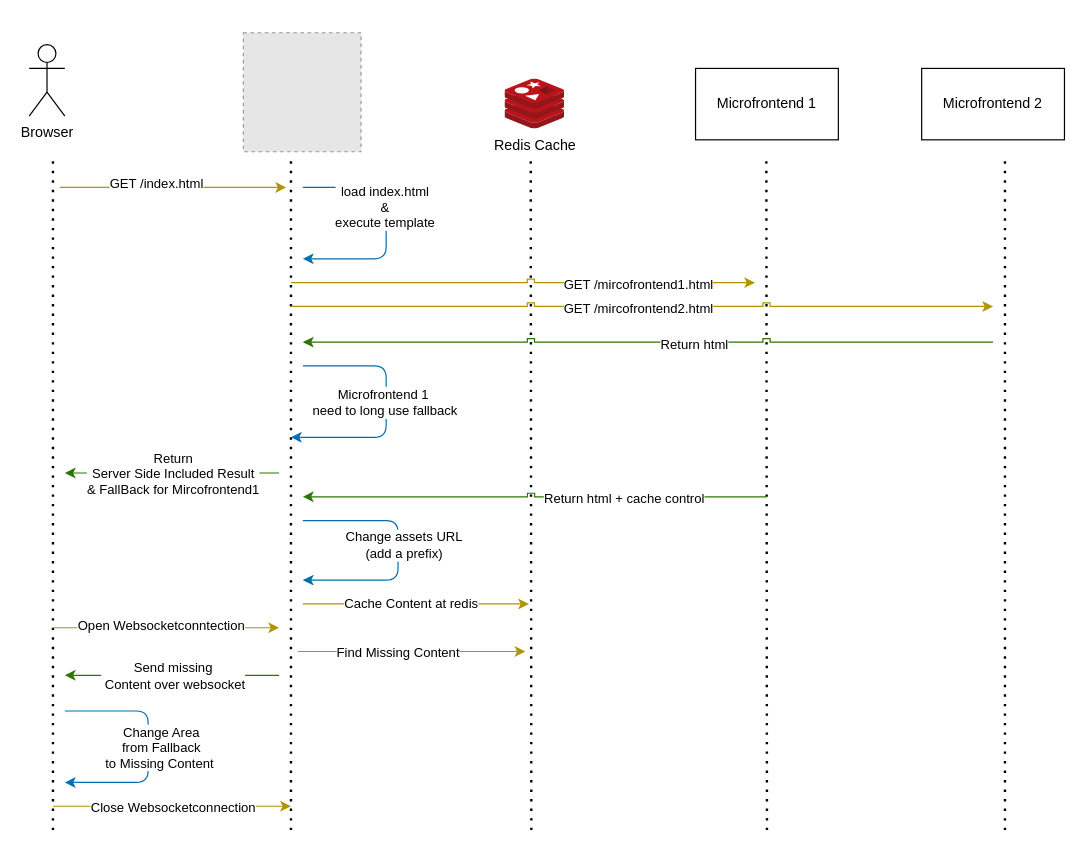
Earlier version of the draw.io diagram page "unhappy_path_1" (5 of 6) of doc/micropuzzle.drawio (fasibio/micropuzzle). Source tidied: cells renumbered, new cells numbered last; positions are measured from the earlier drawing's top-left corner, leaving out a move shared by most shapes. Both pictures are drawn from the tidied source at 119%, with x=0, y=0 at pixel (29, 32). Pictures stored in the file or linked from it are replaced by grey dashed boxes.
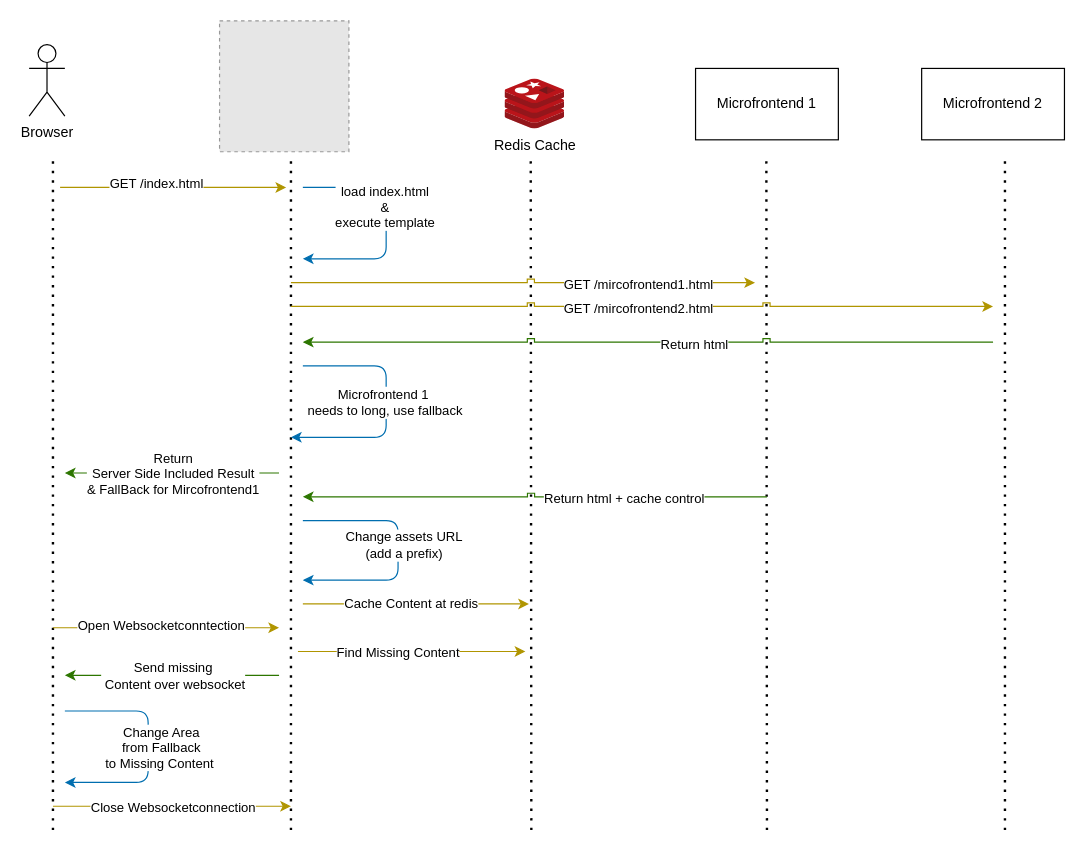
The same page after the edit.

The change refers to these unchanged cells:
```xml
<mxCell id="30" style="endArrow=classic;html=1;fillColor=#1ba1e2;strokeColor=#006EAF;" parent="1" edge="1">
  <mxGeometry relative="1" as="geometry">
    <mxPoint x="230" y="280" as="sourcePoint" />
    <mxPoint x="220" y="340" as="targetPoint" />
    <Array as="points">
      <mxPoint x="300" y="280" />
      <mxPoint x="300" y="340" />
    </Array>
  </mxGeometry>
</mxCell>
```

Change to the diagram source:
```diff
@@
-    <mxCell id="4" style="fillColor=#E6E6E6;strokeColor=#999999;dashed=1;verticalLabelPosition=bottom;verticalAlign=top;" parent="1" vertex="1">
-      <mxGeometry x="180" width="98.9" height="100" as="geometry" />
-    </mxCell>
@@
-    <mxCell id="31" value="Microfrontend 1&amp;nbsp;&lt;br&gt;need to long use fallback" style="edgeLabel;html=1;align=center;verticalAlign=middle;" parent="30" vertex="1">
+    <mxCell id="31" value="Microfrontend 1&amp;nbsp;&lt;br&gt;needs to long,&amp;nbsp;use fallback" style="edgeLabel;html=1;align=center;verticalAlign=middle;" parent="30" vertex="1">
       <mxGeometry x="-0.18" y="-2" relative="1" as="geometry">
         <mxPoint y="14" as="offset" />
       </mxGeometry>
     </mxCell>
@@
+    <mxCell id="42" style="fillColor=#E6E6E6;strokeColor=#999999;dashed=1;verticalLabelPosition=bottom;labelBackgroundColor=#ffffff;verticalAlign=top;" parent="1" vertex="1">
+      <mxGeometry x="160" y="-10" width="108.7" height="110" as="geometry" />
+    </mxCell>
```
